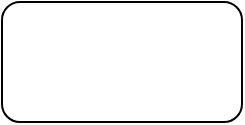
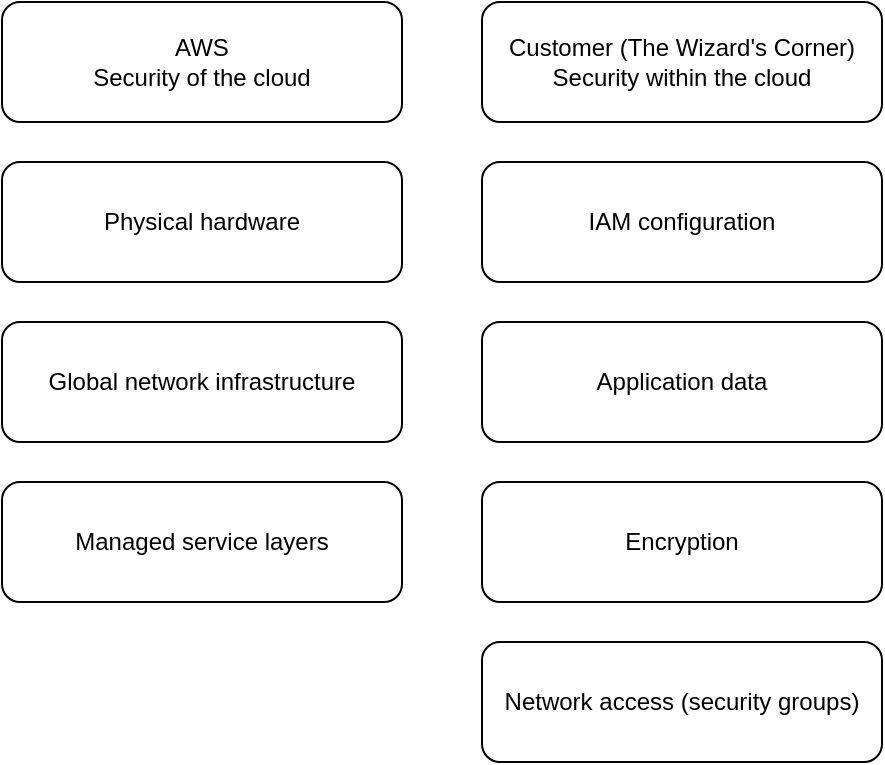
<mxfile host="app.diagrams.net">
  <diagram name="Page-1" id="aWAIPDW9-l7cAztTikrX">
-     <mxGraphModel dx="2054" dy="1111" grid="1" gridSize="10" guides="1" tooltips="1" connect="1" arrows="1" fold="1" page="1" pageScale="1" pageWidth="850" pageHeight="1100" math="0" shadow="0">
+     <mxGraphModel dx="1174" dy="635" grid="1" gridSize="10" guides="1" tooltips="1" connect="1" arrows="1" fold="1" page="1" pageScale="1" pageWidth="850" pageHeight="1100" math="0" shadow="0">
      <root>
        <mxCell id="0" />
        <mxCell id="1" parent="0" />
-         <mxCell id="unACmiRd4EjRlyT-_z9m-1" parent="1" style="rounded=1;whiteSpace=wrap;html=1;" value="" vertex="1">
-           <mxGeometry height="60" width="120" x="340" y="400" as="geometry" />
+         <mxCell id="unACmiRd4EjRlyT-_z9m-1" parent="1" style="rounded=1;whiteSpace=wrap;html=1;" value="&lt;div&gt;AWS&lt;/div&gt;&lt;div&gt;Security of the cloud&lt;/div&gt;" vertex="1">
+           <mxGeometry height="60" width="200" x="200" y="300" as="geometry" />
+         </mxCell>
+         <mxCell id="unACmiRd4EjRlyT-_z9m-2" parent="1" style="rounded=1;whiteSpace=wrap;html=1;" value="Physical hardware" vertex="1">
+           <mxGeometry height="60" width="200" x="200" y="380" as="geometry" />
+         </mxCell>
+         <mxCell id="unACmiRd4EjRlyT-_z9m-3" parent="1" style="rounded=1;whiteSpace=wrap;html=1;" value="Global network infrastructure" vertex="1">
+           <mxGeometry height="60" width="200" x="200" y="460" as="geometry" />
+         </mxCell>
+         <mxCell id="unACmiRd4EjRlyT-_z9m-4" parent="1" style="rounded=1;whiteSpace=wrap;html=1;" value="IAM configuration" vertex="1">
+           <mxGeometry height="60" width="200" x="440" y="380" as="geometry" />
+         </mxCell>
+         <mxCell id="unACmiRd4EjRlyT-_z9m-5" parent="1" style="rounded=1;whiteSpace=wrap;html=1;" value="&lt;div&gt;Customer (The Wizard&#39;s Corner)&lt;/div&gt;&lt;div&gt;Security within the cloud&lt;/div&gt;" vertex="1">
+           <mxGeometry height="60" width="200" x="440" y="300" as="geometry" />
+         </mxCell>
+         <mxCell id="unACmiRd4EjRlyT-_z9m-6" parent="1" style="rounded=1;whiteSpace=wrap;html=1;" value="Application data" vertex="1">
+           <mxGeometry height="60" width="200" x="440" y="460" as="geometry" />
+         </mxCell>
+         <mxCell id="unACmiRd4EjRlyT-_z9m-7" parent="1" style="rounded=1;whiteSpace=wrap;html=1;" value="Encryption" vertex="1">
+           <mxGeometry height="60" width="200" x="440" y="540" as="geometry" />
+         </mxCell>
+         <mxCell id="unACmiRd4EjRlyT-_z9m-8" parent="1" style="rounded=1;whiteSpace=wrap;html=1;" value="Managed service layers" vertex="1">
+           <mxGeometry height="60" width="200" x="200" y="540" as="geometry" />
+         </mxCell>
+         <mxCell id="unACmiRd4EjRlyT-_z9m-9" parent="1" style="rounded=1;whiteSpace=wrap;html=1;" value="Network access (security groups)" vertex="1">
+           <mxGeometry height="60" width="200" x="440" y="620" as="geometry" />
        </mxCell>
      </root>
    </mxGraphModel>
  </diagram>
</mxfile>
